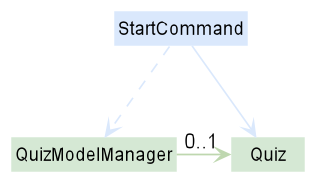
Above: docs/images/StartQuizClassDiagram.png in petrickjerico/tp (PlantUML), before the change.
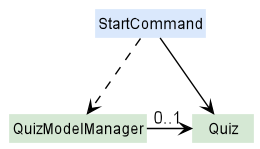
The same diagram one commit later.

What changed in the source:
```diff
@@ -1,7 +1,7 @@
 @startuml
 !include style.puml
 skinparam arrowThickness 1.1
-skinparam arrowColor MODEL_COLOR_T1
+skinparam arrowColor #black
 skinparam classBackgroundColor MODEL_COLOR
 
 Class StartCommand LOGIC_COLOR
@@ -9,6 +9,6 @@
 Class Quiz
 
 QuizModelManager -> "0..1" Quiz
-StartCommand --> Quiz LOGIC_COLOR
-StartCommand .> QuizModelManager LOGIC_COLOR
+StartCommand --> Quiz
+StartCommand .> QuizModelManager
 @enduml
```
